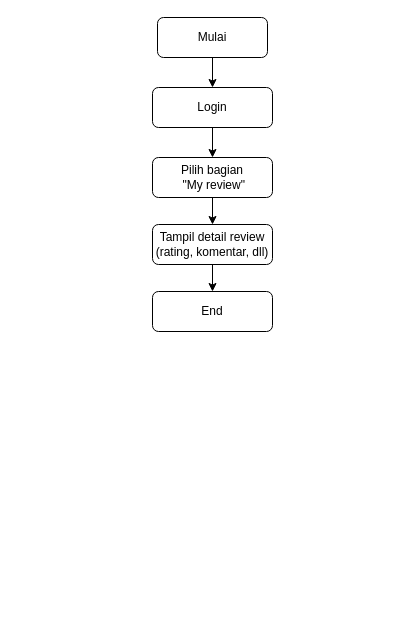
muhammmadrizky99/carrental keeps this draw.io diagram as design/activity diagram/admin/viewreview.drawio. Above is the earlier version. Source tidied: cells renumbered, new cells numbered last; positions are measured from the earlier drawing's top-left corner, leaving out a move shared by most shapes. Both pictures are drawn from the tidied source at 100%, with x=0, y=0 at pixel (152, 17).
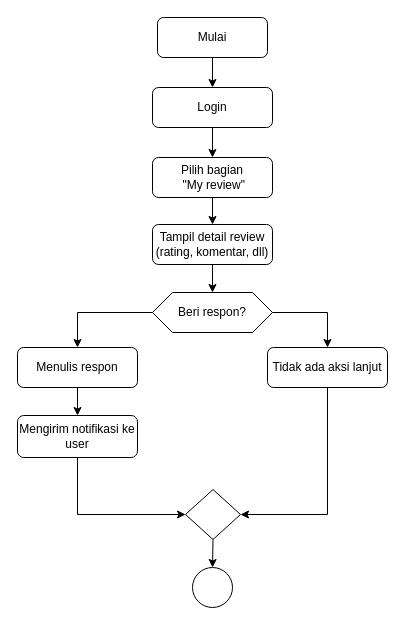
The same page after the edit.

Unchanged cells that the change refers to:
```xml
<mxCell id="5" value="Tampil detail review (rating, komentar, dll)" style="rounded=1;whiteSpace=wrap;html=1;" parent="1" vertex="1">
  <mxGeometry y="207" width="120" height="40" as="geometry" />
</mxCell>
```

Change to the diagram source:
```diff
@@
-    <mxCell id="6" value="End" style="rounded=1;whiteSpace=wrap;html=1;" parent="1" vertex="1">
-      <mxGeometry y="274" width="120" height="40" as="geometry" />
-    </mxCell>
@@
-    <mxCell id="10" style="endArrow=classic;html=1;rounded=0;exitX=0.5;exitY=1;exitDx=0;exitDy=0;entryX=0.5;entryY=0;entryDx=0;entryDy=0;" parent="1" edge="1" source="5" target="6">
-      <mxGeometry relative="1" as="geometry" />
-    </mxCell>
+    <mxCell id="11" value="Beri respon?" style="shape=hexagon;perimeter=hexagonPerimeter2;whiteSpace=wrap;html=1;fixedSize=1;" parent="1" vertex="1">
+      <mxGeometry y="275" width="120" height="40" as="geometry" />
+    </mxCell>
+    <mxCell id="12" value="Menulis respon" style="rounded=1;whiteSpace=wrap;html=1;" parent="1" vertex="1">
+      <mxGeometry x="-135" y="330" width="120" height="40" as="geometry" />
+    </mxCell>
+    <mxCell id="13" value="Mengirim notifikasi ke user" style="rounded=1;whiteSpace=wrap;html=1;" parent="1" vertex="1">
+      <mxGeometry x="-135" y="398" width="120" height="42" as="geometry" />
+    </mxCell>
+    <mxCell id="14" style="rhombus;whiteSpace=wrap;html=1;" parent="1" vertex="1">
+      <mxGeometry x="33" y="472" width="55" height="50" as="geometry" />
+    </mxCell>
+    <mxCell id="15" style="endArrow=classic;html=1;rounded=0;entryX=0.5;entryY=0;entryDx=0;entryDy=0;exitX=0;exitY=0.5;exitDx=0;exitDy=0;" parent="1" edge="1" source="11" target="12">
+      <mxGeometry relative="1" as="geometry">
+        <Array as="points">
+          <mxPoint x="-75" y="295" />
+        </Array>
+      </mxGeometry>
+    </mxCell>
+    <mxCell id="16" style="endArrow=classic;html=1;rounded=0;entryX=0.5;entryY=0;entryDx=0;entryDy=0;exitX=0.5;exitY=1;exitDx=0;exitDy=0;" parent="1" edge="1" source="12" target="13">
+      <mxGeometry relative="1" as="geometry" />
+    </mxCell>
+    <mxCell id="17" style="endArrow=classic;html=1;rounded=0;entryX=0;entryY=0.5;entryDx=0;entryDy=0;exitX=0.5;exitY=1;exitDx=0;exitDy=0;" parent="1" edge="1" source="13" target="14">
+      <mxGeometry relative="1" as="geometry">
+        <Array as="points">
+          <mxPoint x="-75" y="497" />
+        </Array>
+      </mxGeometry>
+    </mxCell>
+    <mxCell id="18" style="endArrow=classic;html=1;rounded=0;entryX=0.5;entryY=0;entryDx=0;entryDy=0;exitX=0.5;exitY=1;exitDx=0;exitDy=0;" parent="1" edge="1" source="5" target="11">
+      <mxGeometry relative="1" as="geometry" />
+    </mxCell>
+    <mxCell id="19" value="Tidak ada aksi lanjut" style="rounded=1;whiteSpace=wrap;html=1;" parent="1" vertex="1">
+      <mxGeometry x="115" y="330" width="120" height="40" as="geometry" />
+    </mxCell>
+    <mxCell id="20" style="endArrow=classic;html=1;rounded=0;entryX=0.5;entryY=0;entryDx=0;entryDy=0;exitX=1;exitY=0.5;exitDx=0;exitDy=0;" parent="1" edge="1" source="11" target="19">
+      <mxGeometry relative="1" as="geometry">
+        <Array as="points">
+          <mxPoint x="175" y="295" />
+        </Array>
+      </mxGeometry>
+    </mxCell>
+    <mxCell id="21" style="endArrow=classic;html=1;rounded=0;entryX=1;entryY=0.5;entryDx=0;entryDy=0;exitX=0.5;exitY=1;exitDx=0;exitDy=0;" parent="1" edge="1" source="19" target="14">
+      <mxGeometry relative="1" as="geometry">
+        <Array as="points">
+          <mxPoint x="175" y="497" />
+        </Array>
+      </mxGeometry>
+    </mxCell>
+    <mxCell id="22" style="ellipse;whiteSpace=wrap;html=1;" parent="1" vertex="1">
+      <mxGeometry x="40" y="550" width="40" height="40" as="geometry" />
+    </mxCell>
+    <mxCell id="23" style="endArrow=classic;html=1;rounded=0;entryX=0.5;entryY=0;entryDx=0;entryDy=0;exitX=0.5;exitY=1;exitDx=0;exitDy=0;" parent="1" edge="1" source="14" target="22">
+      <mxGeometry relative="1" as="geometry" />
+    </mxCell>
```
